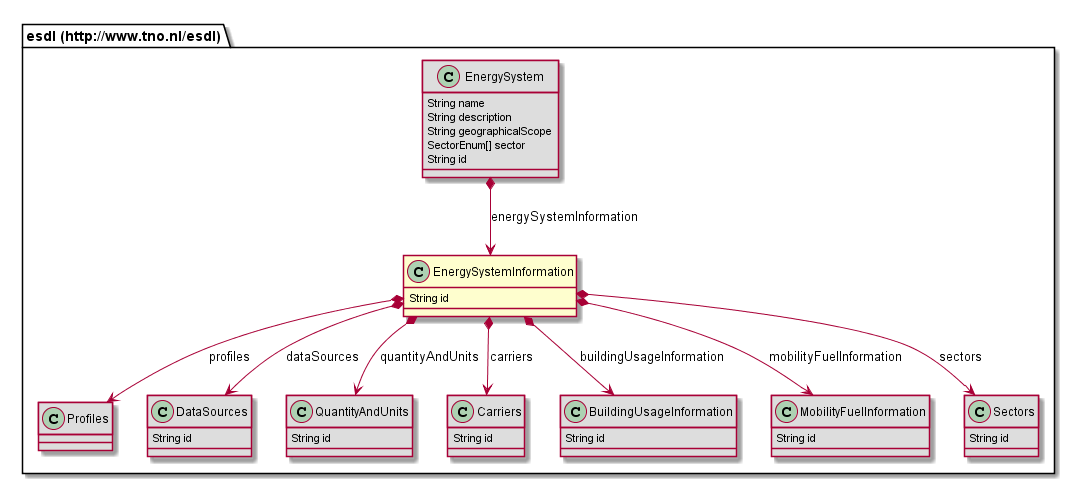
EnergyTransition/energytransition.github.io keeps this PlantUML diagram as 687474703a2f2f7777772e746e6f2e6e6c2f6573646c/EnergySystemInformation.png. Above is the earlier version.
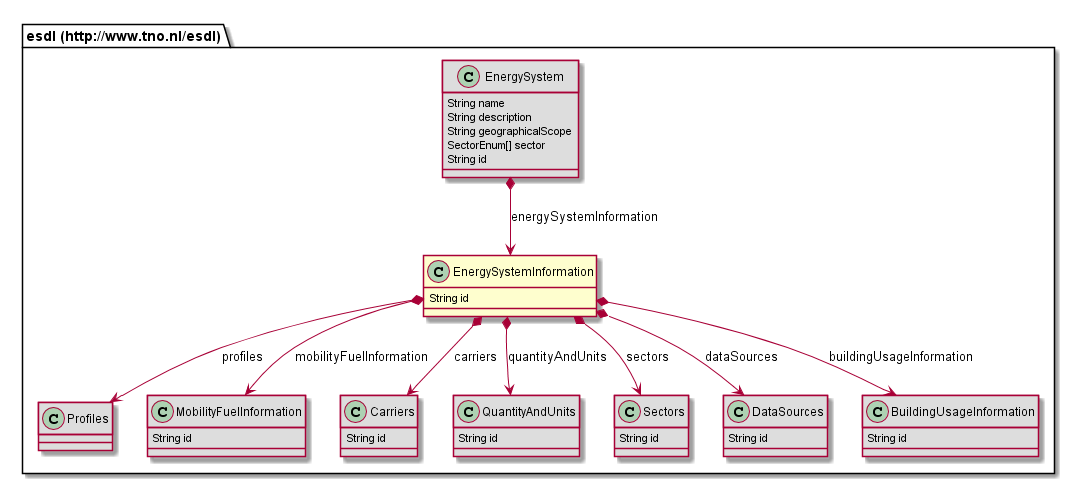
Later version of the same file.

Diff of the diagram source:
```diff
@@ -4,19 +4,22 @@
 }
 class "esdl (http://www.tno.nl/esdl).Profiles" [[#router/doc-content/687474703a2f2f7777772e746e6f2e6e6c2f6573646c/Profiles.html{Container for profiles in the Energy System Information where other profiles can refer to}]] #DDDDDD {
 }
-class "esdl (http://www.tno.nl/esdl).DataSources" [[#router/doc-content/687474703a2f2f7777772e746e6f2e6e6c2f6573646c/DataSources.html]] #DDDDDD {
+class "esdl (http://www.tno.nl/esdl).MobilityFuelInformation" [[#router/doc-content/687474703a2f2f7777772e746e6f2e6e6c2f6573646c/MobilityFuelInformation.html]] #DDDDDD {
+	String id
+}
+class "esdl (http://www.tno.nl/esdl).Carriers" [[#router/doc-content/687474703a2f2f7777772e746e6f2e6e6c2f6573646c/Carriers.html{Collection of carriers as part of the Energy System Information. }]] #DDDDDD {
 	String id
 }
 class "esdl (http://www.tno.nl/esdl).QuantityAndUnits" [[#router/doc-content/687474703a2f2f7777772e746e6f2e6e6c2f6573646c/QuantityAndUnits.html]] #DDDDDD {
 	String id
 }
-class "esdl (http://www.tno.nl/esdl).Carriers" [[#router/doc-content/687474703a2f2f7777772e746e6f2e6e6c2f6573646c/Carriers.html{Collection of carriers as part of the Energy System Information. }]] #DDDDDD {
+class "esdl (http://www.tno.nl/esdl).Sectors" [[#router/doc-content/687474703a2f2f7777772e746e6f2e6e6c2f6573646c/Sectors.html]] #DDDDDD {
+	String id
+}
+class "esdl (http://www.tno.nl/esdl).DataSources" [[#router/doc-content/687474703a2f2f7777772e746e6f2e6e6c2f6573646c/DataSources.html]] #DDDDDD {
 	String id
 }
 class "esdl (http://www.tno.nl/esdl).BuildingUsageInformation" [[#router/doc-content/687474703a2f2f7777772e746e6f2e6e6c2f6573646c/BuildingUsageInformation.html]] #DDDDDD {
-	String id
-}
-class "esdl (http://www.tno.nl/esdl).MobilityFuelInformation" [[#router/doc-content/687474703a2f2f7777772e746e6f2e6e6c2f6573646c/MobilityFuelInformation.html]] #DDDDDD {
 	String id
 }
 class "esdl (http://www.tno.nl/esdl).EnergySystem" [[#router/doc-content/687474703a2f2f7777772e746e6f2e6e6c2f6573646c/EnergySystem.html{This is the main class to describe an EnergySystem in ESDL. }]] #DDDDDD {
@@ -24,9 +27,6 @@
 	String description
 	String geographicalScope
 	SectorEnum[] sector
-	String id
-}
-class "esdl (http://www.tno.nl/esdl).Sectors" [[#router/doc-content/687474703a2f2f7777772e746e6f2e6e6c2f6573646c/Sectors.html]] #DDDDDD {
 	String id
 }
 "esdl (http://www.tno.nl/esdl).EnergySystemInformation" *--> "esdl (http://www.tno.nl/esdl).Carriers" : carriers
```
